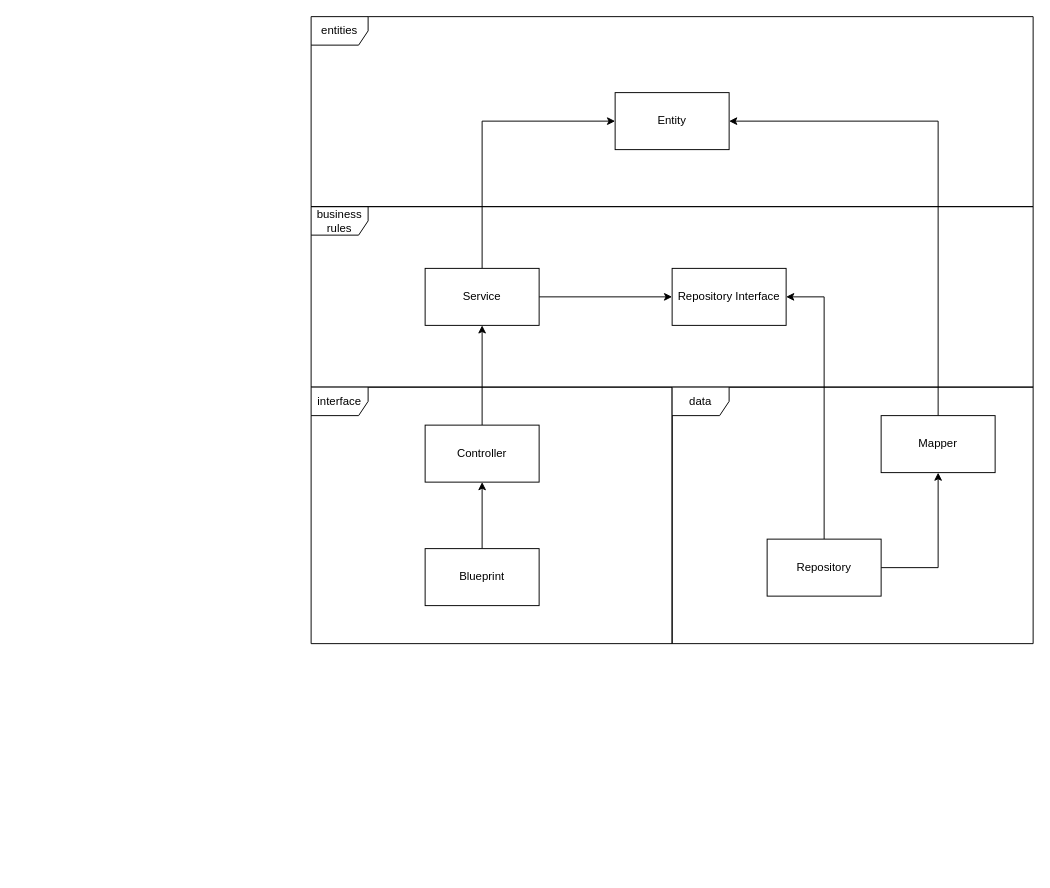
The draw.io diagram page "Сторінка-1" (1 of 2) of docs/ukubuka_arch.drawio in VadymHutei/ukubuka, before the edit. Source tidied: cells renumbered, new cells numbered last; positions are measured from the earlier drawing's top-left corner, leaving out a move shared by most shapes. Both pictures are drawn from the tidied source at 95%, with x=0, y=0 at pixel (311, 16).
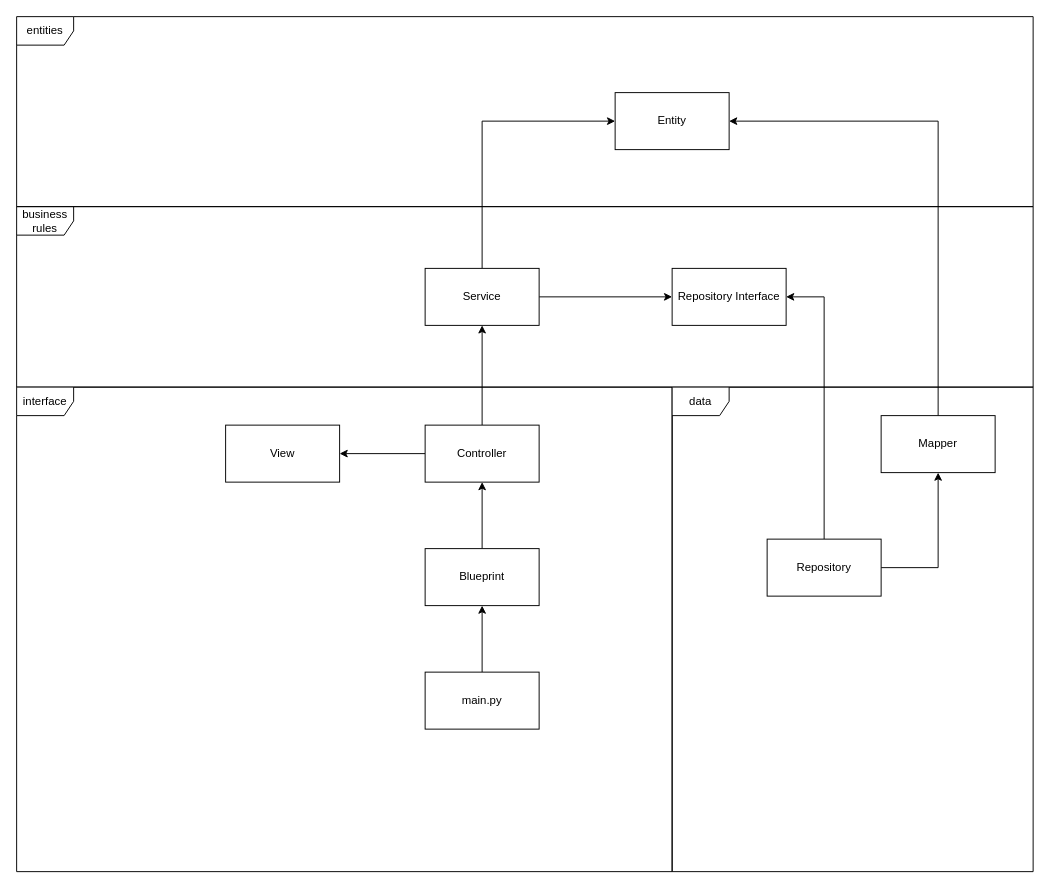
The same diagram, later.

The change refers to these unchanged cells:
```xml
<mxCell id="13" value="Controller" style="rounded=0;whiteSpace=wrap;html=1;" parent="1" vertex="1">
  <mxGeometry x="120" y="430" width="120" height="60" as="geometry" />
</mxCell>
<mxCell id="15" value="Blueprint" style="rounded=0;whiteSpace=wrap;html=1;" parent="1" vertex="1">
  <mxGeometry x="120" y="560" width="120" height="60" as="geometry" />
</mxCell>
```

What changed in the source:
```diff
@@
+    <mxCell id="20" style="edgeStyle=orthogonalEdgeStyle;rounded=0;jettySize=auto;html=1;exitX=0;exitY=0.5;exitDx=0;exitDy=0;entryX=1;entryY=0.5;entryDx=0;entryDy=0;" parent="1" edge="1" source="13" target="23">
+      <mxGeometry relative="1" as="geometry" />
+    </mxCell>
@@
     <mxCell id="16" value="business rules" style="shape=umlFrame;whiteSpace=wrap;html=1;" parent="1" vertex="1">
-      <mxGeometry y="200" width="760" height="190" as="geometry" />
+      <mxGeometry x="-310" y="200" width="1070" height="190" as="geometry" />
     </mxCell>
     <mxCell id="17" value="interface" style="shape=umlFrame;whiteSpace=wrap;html=1;" parent="1" vertex="1">
-      <mxGeometry y="390" width="380" height="270" as="geometry" />
+      <mxGeometry x="-310" y="390" width="690" height="510" as="geometry" />
     </mxCell>
     <mxCell id="18" value="data" style="shape=umlFrame;whiteSpace=wrap;html=1;" parent="1" vertex="1">
-      <mxGeometry x="380" y="390" width="380" height="270" as="geometry" />
+      <mxGeometry x="380" y="390" width="380" height="510" as="geometry" />
     </mxCell>
     <mxCell id="19" value="entities" style="shape=umlFrame;whiteSpace=wrap;html=1;" parent="1" vertex="1">
-      <mxGeometry width="760" height="200" as="geometry" />
+      <mxGeometry x="-310" width="1070" height="200" as="geometry" />
     </mxCell>
+    <mxCell id="21" style="edgeStyle=orthogonalEdgeStyle;rounded=0;jettySize=auto;html=1;exitX=0.5;exitY=0;exitDx=0;exitDy=0;entryX=0.5;entryY=1;entryDx=0;entryDy=0;" parent="1" edge="1" source="22" target="15">
+      <mxGeometry relative="1" as="geometry" />
+    </mxCell>
+    <mxCell id="22" value="main.py" style="rounded=0;whiteSpace=wrap;html=1;" parent="1" vertex="1">
+      <mxGeometry x="120" y="690" width="120" height="60" as="geometry" />
+    </mxCell>
+    <mxCell id="23" value="View" style="rounded=0;whiteSpace=wrap;html=1;" parent="1" vertex="1">
+      <mxGeometry x="-90" y="430" width="120" height="60" as="geometry" />
+    </mxCell>
```
